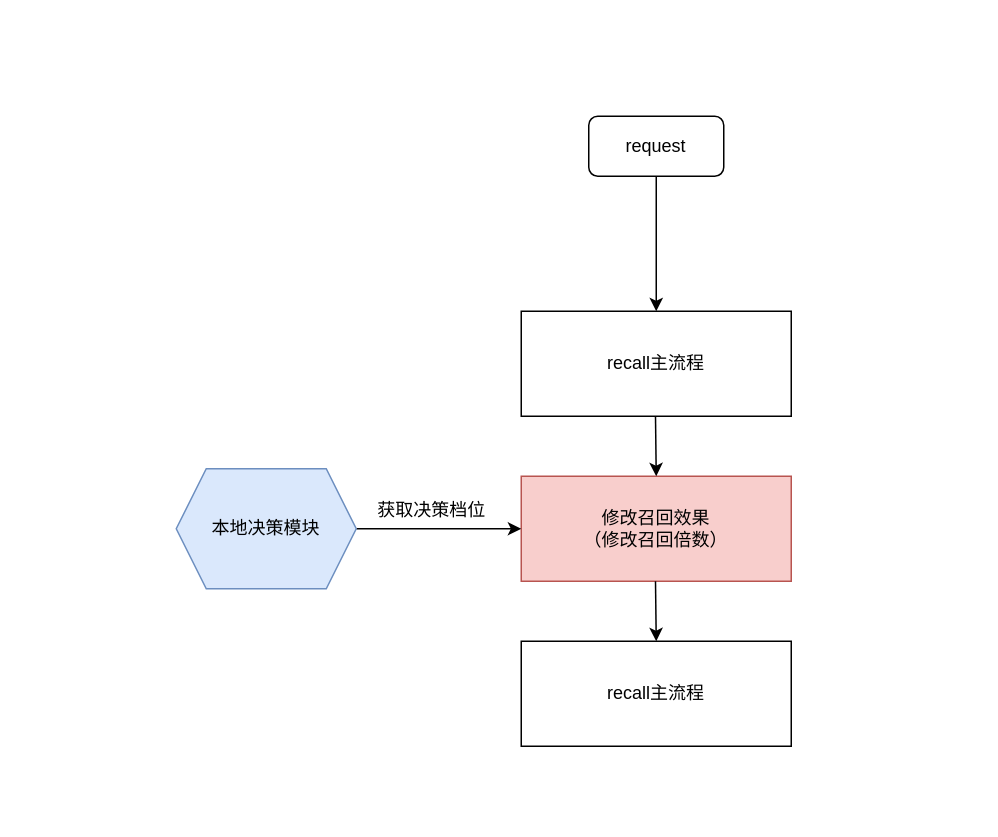
This is 动态算力调度-召回档位.drawio from Silocean/diagrams, a draw.io file, before an edit. Source tidied: cells renumbered, new cells numbered last; positions are measured from the earlier drawing's top-left corner, leaving out a move shared by most shapes. Both pictures are drawn from the tidied source at 150%, with x=0, y=0 at pixel (176, 116).
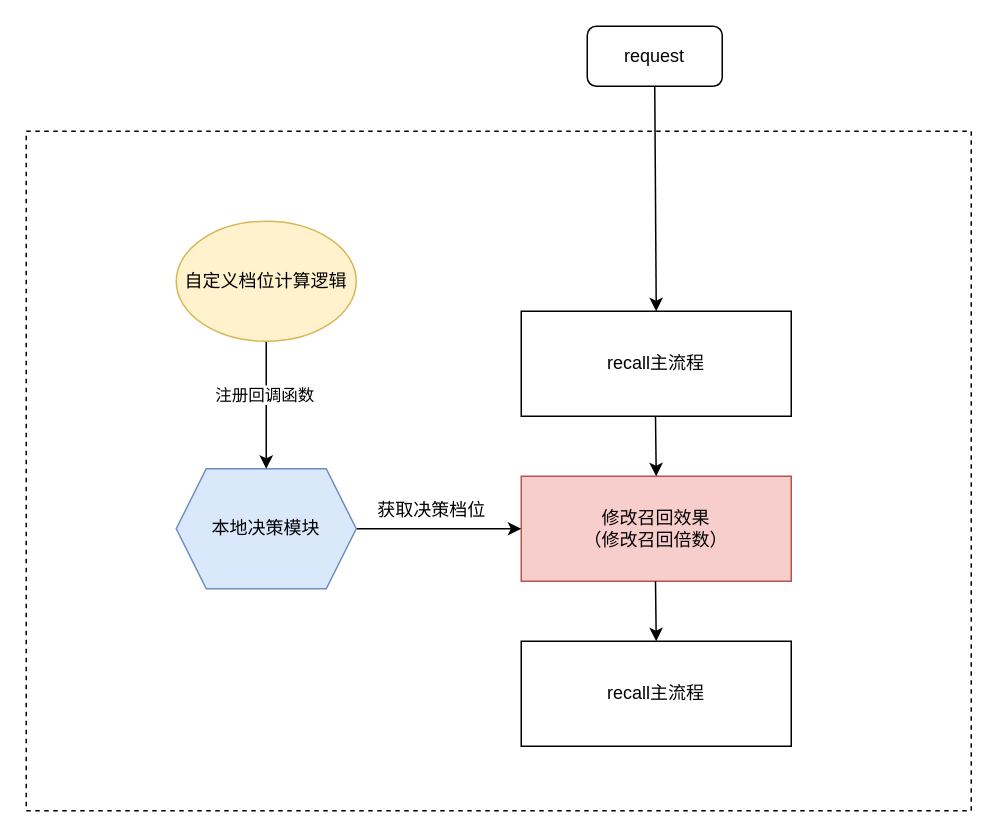
Above is the later version.

Commit message:
更新动态算力调度-召回档位.drawio

The edit, as a diff of the source:
```diff
@@
 <mxGraphModel>
   <root>
     <mxCell id="0" />
     <mxCell id="1" parent="0" />
+    <mxCell id="13" style="rounded=0;whiteSpace=wrap;html=1;dashed=1;" parent="1" vertex="1">
+      <mxGeometry x="-100" y="10" width="630" height="453" as="geometry" />
+    </mxCell>
     <mxCell id="2" value="recall主流程" style="rounded=0;whiteSpace=wrap;html=1;" parent="1" vertex="1">
       <mxGeometry x="230" y="130" width="180" height="70" as="geometry" />
     </mxCell>
     <mxCell id="3" value="request" style="rounded=1;whiteSpace=wrap;html=1;" parent="1" vertex="1">
-      <mxGeometry x="275" width="90" height="40" as="geometry" />
+      <mxGeometry x="274" y="-60" width="90" height="40" as="geometry" />
     </mxCell>
     <mxCell id="4" style="endArrow=classic;html=1;rounded=0;exitX=0.5;exitY=1;exitDx=0;exitDy=0;entryX=0.5;entryY=0;entryDx=0;entryDy=0;" parent="1" edge="1" source="3" target="2">
       <mxGeometry relative="1" as="geometry" />
     </mxCell>
     <mxCell id="5" style="edgeStyle=orthogonalEdgeStyle;rounded=0;orthogonalLoop=1;jettySize=auto;html=1;exitX=0.5;exitY=1;exitDx=0;exitDy=0;" parent="1" edge="1" source="2" target="2">
       <mxGeometry relative="1" as="geometry" />
     </mxCell>
     <mxCell id="6" value="recall主流程" style="rounded=0;whiteSpace=wrap;html=1;" parent="1" vertex="1">
       <mxGeometry x="230" y="350" width="180" height="70" as="geometry" />
     </mxCell>
     <mxCell id="7" value="修改召回效果&lt;br&gt;（修改召回倍数）" style="rounded=0;whiteSpace=wrap;html=1;fillColor=#f8cecc;strokeColor=#b85450;" parent="1" vertex="1">
       <mxGeometry x="230" y="240" width="180" height="70" as="geometry" />
     </mxCell>
     <mxCell id="8" style="endArrow=classic;html=1;rounded=0;exitX=0.5;exitY=1;exitDx=0;exitDy=0;" parent="1" edge="1">
       <mxGeometry relative="1" as="geometry">
         <mxPoint x="319.5" y="200" as="sourcePoint" />
         <mxPoint x="320" y="240" as="targetPoint" />
       </mxGeometry>
     </mxCell>
     <mxCell id="9" style="endArrow=classic;html=1;rounded=0;exitX=0.5;exitY=1;exitDx=0;exitDy=0;" parent="1" edge="1">
       <mxGeometry relative="1" as="geometry">
         <mxPoint x="319.5" y="310" as="sourcePoint" />
         <mxPoint x="320" y="350" as="targetPoint" />
         <Array as="points">
           <mxPoint x="320" y="350" />
         </Array>
       </mxGeometry>
     </mxCell>
     <mxCell id="10" style="edgeStyle=orthogonalEdgeStyle;rounded=0;jettySize=auto;html=1;" parent="1" edge="1" source="11" target="7">
       <mxGeometry relative="1" as="geometry" />
     </mxCell>
     <mxCell id="11" value="本地决策模块" style="shape=hexagon;perimeter=hexagonPerimeter2;whiteSpace=wrap;html=1;fixedSize=1;fillColor=#dae8fc;strokeColor=#6c8ebf;" parent="1" vertex="1">
       <mxGeometry y="235" width="120" height="80" as="geometry" />
     </mxCell>
     <mxCell id="12" value="获取决策档位" style="text;html=1;align=center;verticalAlign=middle;strokeColor=none;fillColor=none;" parent="1" vertex="1">
       <mxGeometry x="120" y="248" width="100" height="30" as="geometry" />
     </mxCell>
+    <mxCell id="14" style="edgeStyle=orthogonalEdgeStyle;rounded=0;jettySize=auto;html=1;" parent="1" edge="1" source="16" target="11">
+      <mxGeometry relative="1" as="geometry" />
+    </mxCell>
+    <mxCell id="15" value="注册回调函数" style="edgeLabel;html=1;align=center;verticalAlign=middle;" parent="14" vertex="1">
+      <mxGeometry x="-0.18" y="-2" relative="1" as="geometry" />
+    </mxCell>
+    <mxCell id="16" value="自定义档位计算逻辑" style="ellipse;whiteSpace=wrap;html=1;fillColor=#fff2cc;strokeColor=#d6b656;" parent="1" vertex="1">
+      <mxGeometry y="70" width="120" height="80" as="geometry" />
+    </mxCell>
   </root>
 </mxGraphModel>
```
